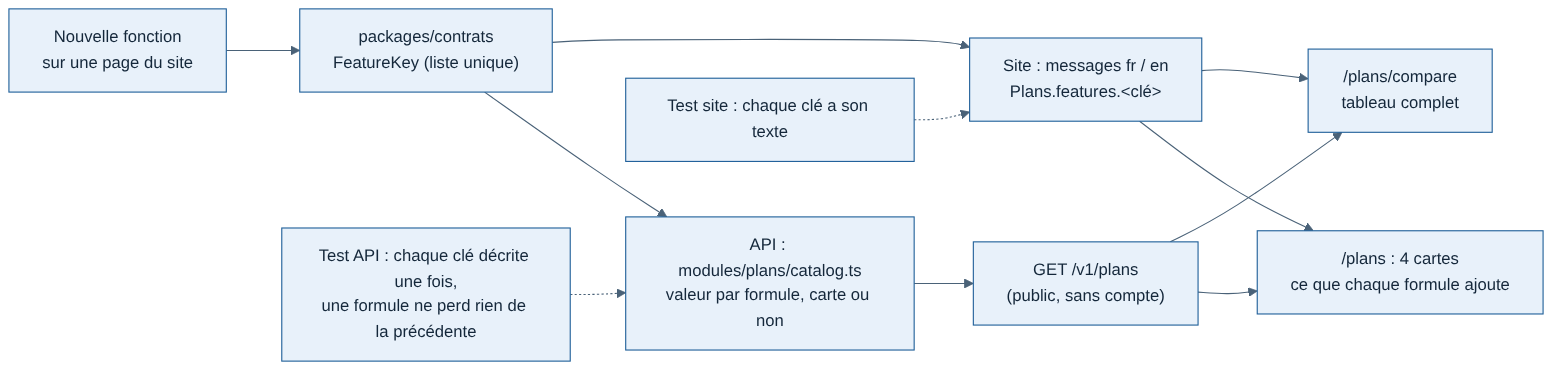
tetardo/weems keeps this Mermaid diagram as docs/schemas/img/015-catalogue-des-formules.png. Above is the earlier version. Its source is kept beside it as docs/schemas/015-catalogue-des-formules.mmd. Source of this version:
```mermaid
flowchart LR
  NEW["Nouvelle fonction<br/>sur une page du site"] --> KEY["packages/contrats<br/>FeatureKey (liste unique)"]
  KEY --> CAT["API : modules/plans/catalog.ts<br/>valeur par formule, carte ou non"]
  KEY --> TXT["Site : messages fr / en<br/>Plans.features.&lt;clé&gt;"]
  CAT --> API["GET /v1/plans<br/>(public, sans compte)"]
  API --> CARDS["/plans : 4 cartes<br/>ce que chaque formule ajoute"]
  API --> TABLE["/plans/compare<br/>tableau complet"]
  TXT --> CARDS
  TXT --> TABLE
  T1["Test API : chaque clé décrite une fois,<br/>une formule ne perd rien de la précédente"] -.-> CAT
  T2["Test site : chaque clé a son texte"] -.-> TXT
```
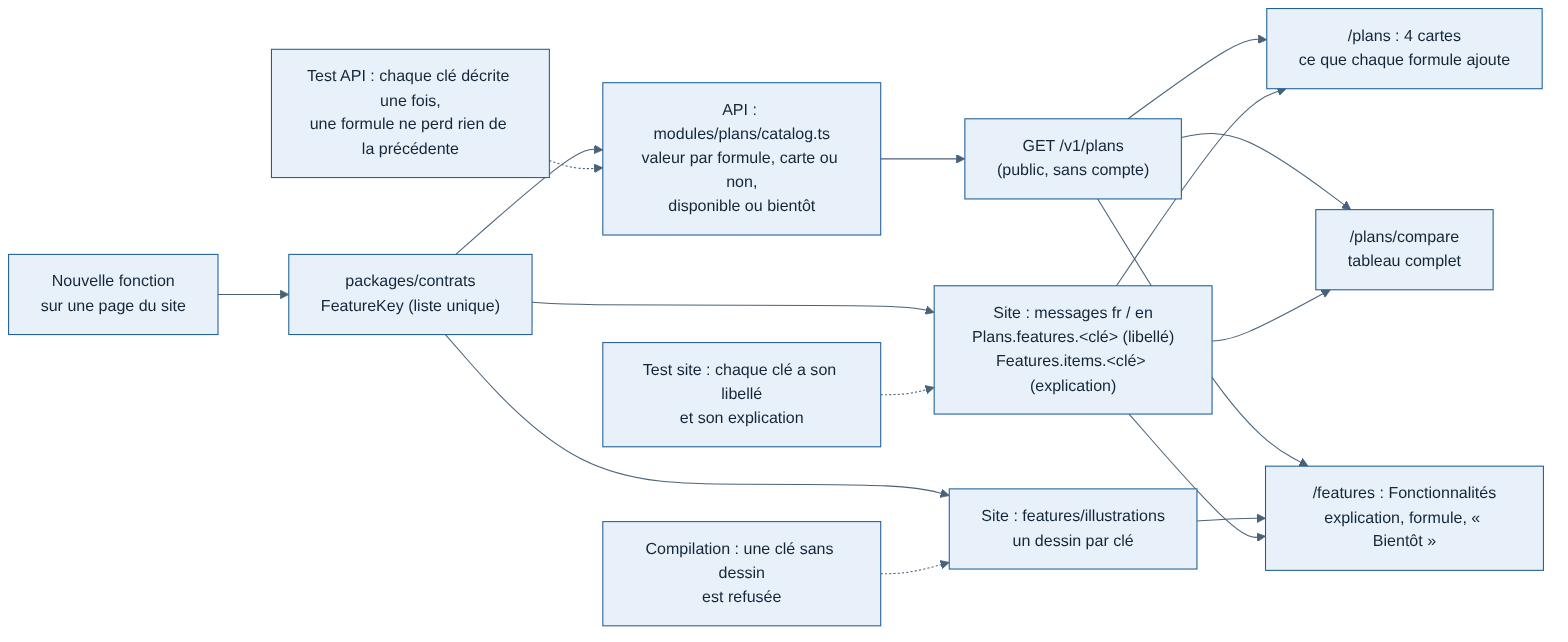
Later version of the same file.

Diff of the diagram source:
```diff
@@ -1,11 +1,16 @@
 flowchart LR
   NEW["Nouvelle fonction<br/>sur une page du site"] --> KEY["packages/contrats<br/>FeatureKey (liste unique)"]
-  KEY --> CAT["API : modules/plans/catalog.ts<br/>valeur par formule, carte ou non"]
-  KEY --> TXT["Site : messages fr / en<br/>Plans.features.&lt;clé&gt;"]
+  KEY --> CAT["API : modules/plans/catalog.ts<br/>valeur par formule, carte ou non,<br/>disponible ou bientôt"]
+  KEY --> TXT["Site : messages fr / en<br/>Plans.features.&lt;clé&gt; (libellé)<br/>Features.items.&lt;clé&gt; (explication)"]
   CAT --> API["GET /v1/plans<br/>(public, sans compte)"]
   API --> CARDS["/plans : 4 cartes<br/>ce que chaque formule ajoute"]
   API --> TABLE["/plans/compare<br/>tableau complet"]
+  API --> FEAT["/features : Fonctionnalités<br/>explication, formule, « Bientôt »"]
+  KEY --> ICON["Site : features/illustrations<br/>un dessin par clé"]
+  ICON --> FEAT
+  TXT --> FEAT
   TXT --> CARDS
   TXT --> TABLE
   T1["Test API : chaque clé décrite une fois,<br/>une formule ne perd rien de la précédente"] -.-> CAT
-  T2["Test site : chaque clé a son texte"] -.-> TXT
+  T2["Test site : chaque clé a son libellé<br/>et son explication"] -.-> TXT
+  T3["Compilation : une clé sans dessin<br/>est refusée"] -.-> ICON
```
